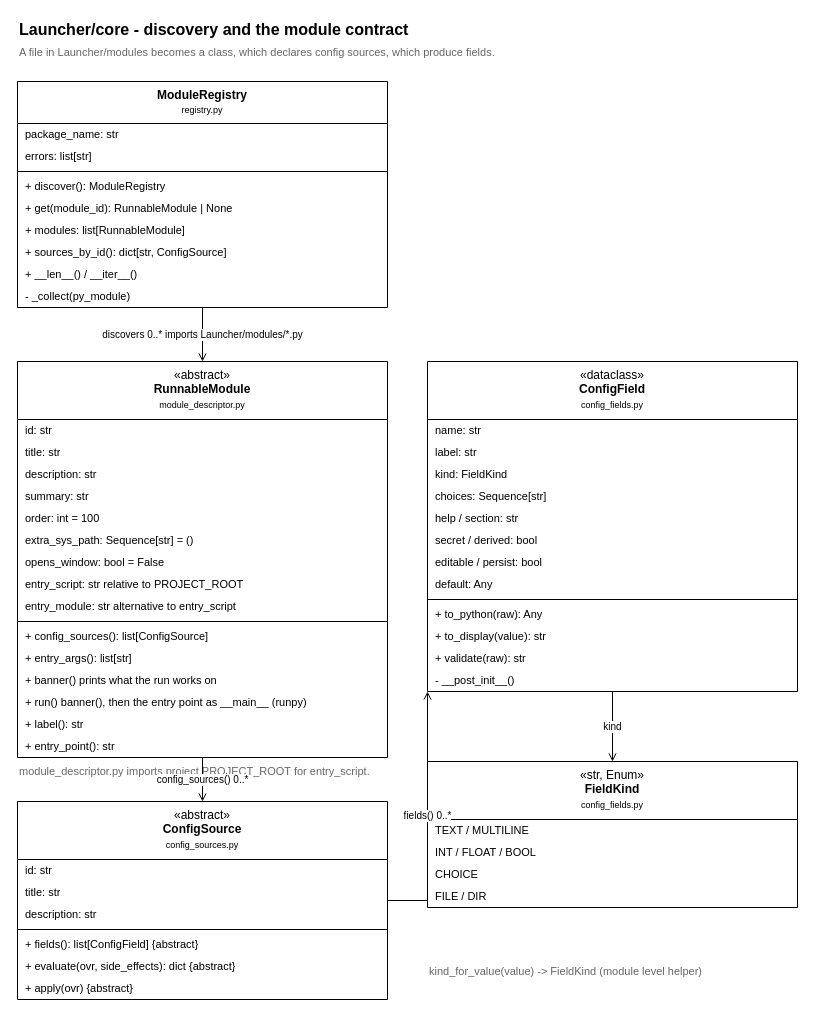
Before: page "1 - Discovery and contract" (1 of 6) of ClassDiagram/LauncherCore.drawio in kaw-7/ai-assistant, a draw.io diagram. Source tidied: cells renumbered, new cells numbered last; positions are measured from the earlier drawing's top-left corner, leaving out a move shared by most shapes. Both pictures are drawn from the tidied source at 100%, with x=0, y=0 at pixel (17, 17).
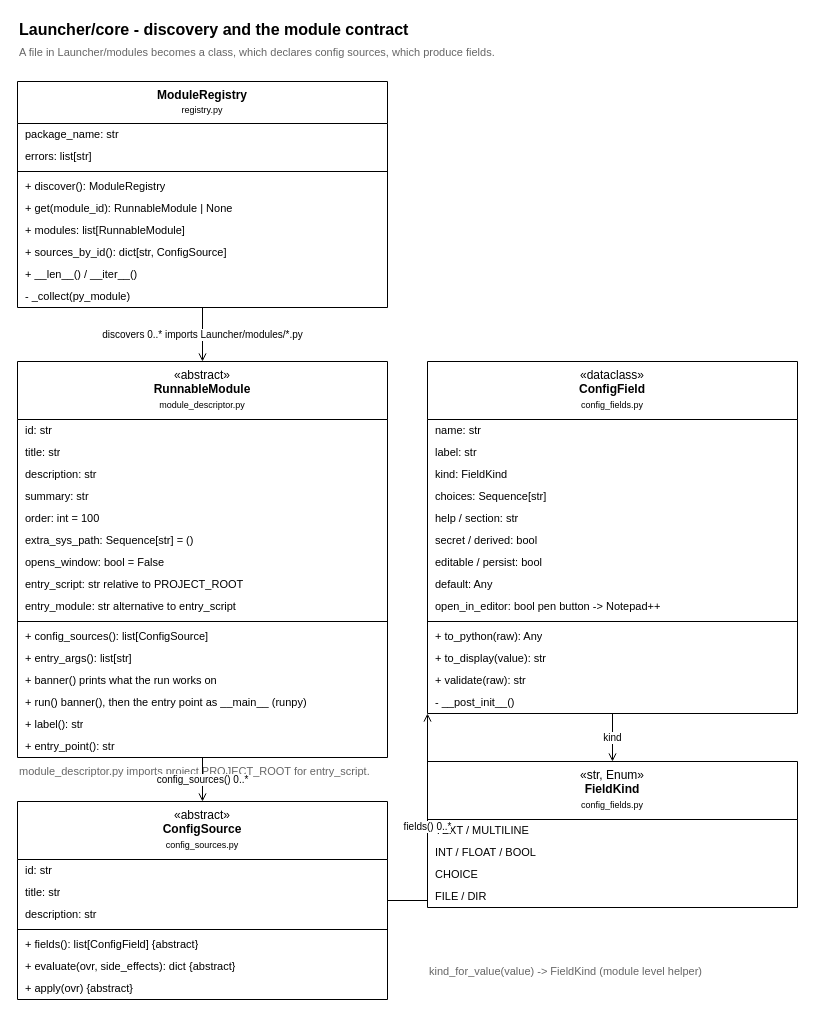
The same page after the edit.

Commit message (it also covers changes not shown here):
Launcher: move Tool folder up; add Notepad++ pen button

Diff of the diagram source:
```diff
@@
     <mxCell id="40" value="&amp;laquo;dataclass&amp;raquo;&lt;br&gt;&lt;b&gt;ConfigField&lt;/b&gt;&lt;br&gt;&lt;font style=&quot;font-size:9px&quot;&gt;config_fields.py&lt;/font&gt;" style="swimlane;fontStyle=0;horizontal=1;startSize=58;html=1;whiteSpace=wrap;verticalAlign=top;align=center;strokeWidth=1;" parent="1" vertex="1">
-      <mxGeometry x="410" y="344" width="370" height="330" as="geometry" />
+      <mxGeometry x="410" y="344" width="370" height="352" as="geometry" />
     </mxCell>
@@
+    <mxCell id="64" value="open_in_editor: bool   pen button -&gt; Notepad++" style="text;strokeColor=none;fillColor=none;align=left;verticalAlign=middle;spacingLeft=6;spacingRight=6;overflow=hidden;whiteSpace=wrap;html=1;fontSize=11;" parent="40" vertex="1">
+      <mxGeometry y="234" width="370" height="22" as="geometry" />
+    </mxCell>
     <mxCell id="49" style="line;strokeWidth=1;fillColor=none;align=left;verticalAlign=middle;spacingTop=-1;spacingLeft=3;spacingRight=3;labelPosition=right;strokeColor=inherit;" parent="40" vertex="1">
-      <mxGeometry y="234" width="370" height="8" as="geometry" />
+      <mxGeometry y="256" width="370" height="8" as="geometry" />
     </mxCell>
     <mxCell id="50" value="+ to_python(raw): Any" style="text;strokeColor=none;fillColor=none;align=left;verticalAlign=middle;spacingLeft=6;spacingRight=6;overflow=hidden;whiteSpace=wrap;html=1;fontSize=11;" parent="40" vertex="1">
-      <mxGeometry y="242" width="370" height="22" as="geometry" />
+      <mxGeometry y="264" width="370" height="22" as="geometry" />
     </mxCell>
     <mxCell id="51" value="+ to_display(value): str" style="text;strokeColor=none;fillColor=none;align=left;verticalAlign=middle;spacingLeft=6;spacingRight=6;overflow=hidden;whiteSpace=wrap;html=1;fontSize=11;" parent="40" vertex="1">
-      <mxGeometry y="264" width="370" height="22" as="geometry" />
+      <mxGeometry y="286" width="370" height="22" as="geometry" />
     </mxCell>
     <mxCell id="52" value="+ validate(raw): str" style="text;strokeColor=none;fillColor=none;align=left;verticalAlign=middle;spacingLeft=6;spacingRight=6;overflow=hidden;whiteSpace=wrap;html=1;fontSize=11;" parent="40" vertex="1">
-      <mxGeometry y="286" width="370" height="22" as="geometry" />
+      <mxGeometry y="308" width="370" height="22" as="geometry" />
     </mxCell>
     <mxCell id="53" value="- __post_init__()" style="text;strokeColor=none;fillColor=none;align=left;verticalAlign=middle;spacingLeft=6;spacingRight=6;overflow=hidden;whiteSpace=wrap;html=1;fontSize=11;" parent="40" vertex="1">
-      <mxGeometry y="308" width="370" height="22" as="geometry" />
+      <mxGeometry y="330" width="370" height="22" as="geometry" />
     </mxCell>
```
